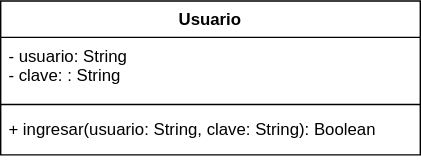
Before: documentacion/Diagrama sin título.drawio.svg, a diagram exported from draw.io (crisalixis/dietetica). Source tidied: cells renumbered, new cells last; positions are measured from the earlier drawing's top-left corner, leaving out a move shared by most shapes.
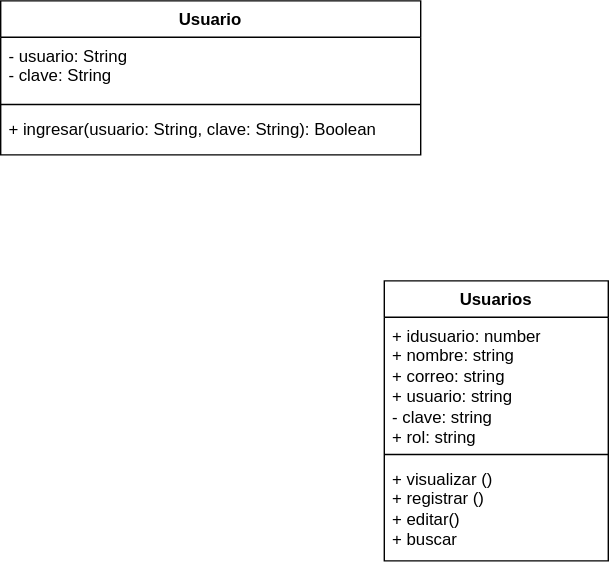
After the commit.

What changed in the source:
```diff
@@ -5,7 +5,7 @@
     <mxCell id="2" value="Usuario" style="swimlane;fontStyle=1;align=center;verticalAlign=top;horizontal=1;startSize=26;whiteSpace=wrap;html=1;" parent="1" vertex="1">
       <mxGeometry width="300" height="110" as="geometry" />
     </mxCell>
-    <mxCell id="3" value="- usuario: &lt;span class=&quot;hljs-type&quot;&gt;String&lt;/span&gt;&lt;div&gt;- clave:&amp;nbsp;&lt;span style=&quot;background-color: initial;&quot;&gt;: &lt;/span&gt;&lt;span style=&quot;background-color: initial;&quot; class=&quot;hljs-type&quot;&gt;String&lt;/span&gt;&lt;/div&gt;" style="text;strokeColor=none;fillColor=none;align=left;verticalAlign=top;spacingLeft=4;spacingRight=4;overflow=hidden;whiteSpace=wrap;html=1;" parent="2" vertex="1">
+    <mxCell id="3" value="- usuario: &lt;span class=&quot;hljs-type&quot;&gt;String&lt;/span&gt;&lt;div&gt;- clave:&amp;nbsp;&lt;span style=&quot;background-color: initial;&quot; class=&quot;hljs-type&quot;&gt;String&lt;/span&gt;&lt;/div&gt;" style="text;strokeColor=none;fillColor=none;align=left;verticalAlign=top;spacingLeft=4;spacingRight=4;overflow=hidden;whiteSpace=wrap;html=1;" parent="2" vertex="1">
       <mxGeometry y="26" width="300" height="44" as="geometry" />
     </mxCell>
     <mxCell id="4" style="line;strokeWidth=1;fillColor=none;align=left;verticalAlign=middle;spacingTop=-1;spacingLeft=3;spacingRight=3;labelPosition=right;strokeColor=inherit;" parent="2" vertex="1">
@@ -14,5 +14,17 @@
     <mxCell id="5" value="+ ingresar(usuario: String, clave: String): Boolean" style="text;strokeColor=none;fillColor=none;align=left;verticalAlign=top;spacingLeft=4;spacingRight=4;overflow=hidden;whiteSpace=wrap;html=1;" parent="2" vertex="1">
       <mxGeometry y="78" width="300" height="32" as="geometry" />
     </mxCell>
+    <mxCell id="6" value="Usuarios" style="swimlane;fontStyle=1;align=center;verticalAlign=top;horizontal=1;startSize=26;whiteSpace=wrap;html=1;" parent="1" vertex="1">
+      <mxGeometry x="274" y="200" width="160" height="200" as="geometry" />
+    </mxCell>
+    <mxCell id="7" value="+ idusuario: number&lt;div&gt;+ nombre: string&lt;/div&gt;&lt;div&gt;+ correo: string&lt;/div&gt;&lt;div&gt;+ usuario: string&lt;/div&gt;&lt;div&gt;- clave: string&lt;/div&gt;&lt;div&gt;+ rol: string&lt;/div&gt;" style="text;strokeColor=none;fillColor=none;align=left;verticalAlign=top;spacingLeft=4;spacingRight=4;overflow=hidden;whiteSpace=wrap;html=1;" parent="6" vertex="1">
+      <mxGeometry y="26" width="160" height="94" as="geometry" />
+    </mxCell>
+    <mxCell id="8" style="line;strokeWidth=1;fillColor=none;align=left;verticalAlign=middle;spacingTop=-1;spacingLeft=3;spacingRight=3;labelPosition=right;strokeColor=inherit;" parent="6" vertex="1">
+      <mxGeometry y="120" width="160" height="8" as="geometry" />
+    </mxCell>
+    <mxCell id="9" value="+ visualizar ()&lt;div&gt;+ registrar ()&lt;/div&gt;&lt;div&gt;+ editar()&lt;/div&gt;&lt;div&gt;+ buscar&lt;/div&gt;" style="text;strokeColor=none;fillColor=none;align=left;verticalAlign=top;spacingLeft=4;spacingRight=4;overflow=hidden;whiteSpace=wrap;html=1;" parent="6" vertex="1">
+      <mxGeometry y="128" width="160" height="72" as="geometry" />
+    </mxCell>
   </root>
 </mxGraphModel>
```
